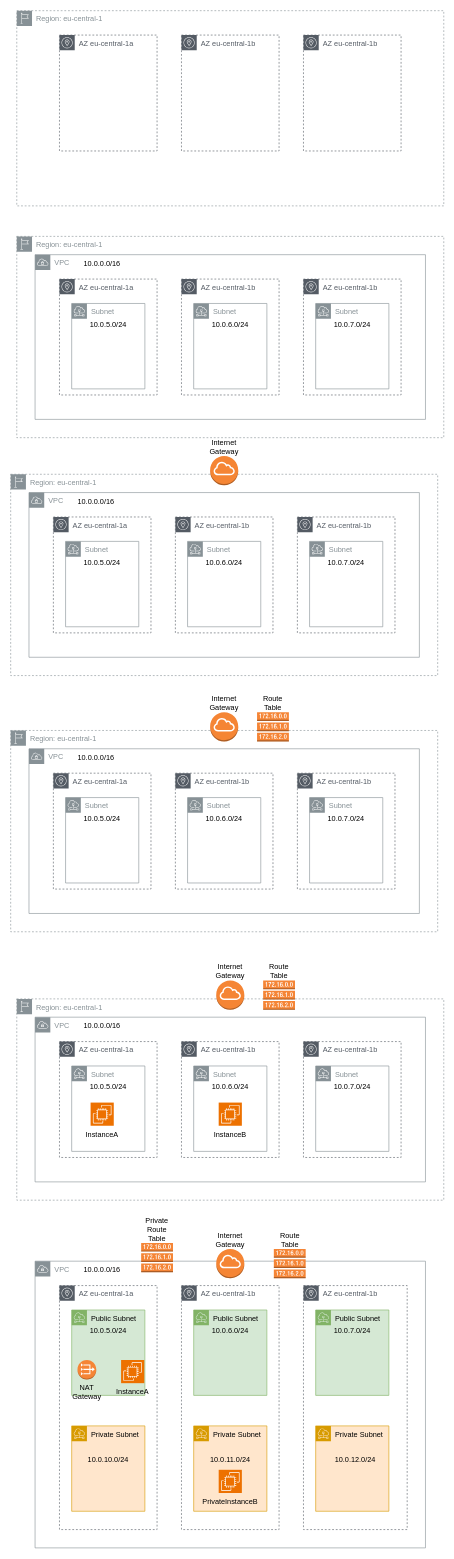
Above: modules/01/07_cloud/11_vpc/assets/vpc.drawio in TechstarterGmbH/24-03-ON (draw.io), before the change. Source tidied: cells renumbered, new cells numbered last; positions are measured from the earlier drawing's top-left corner, leaving out a move shared by most shapes. Both pictures are drawn from the tidied source at 61%, with x=0, y=0 at pixel (10, 10).
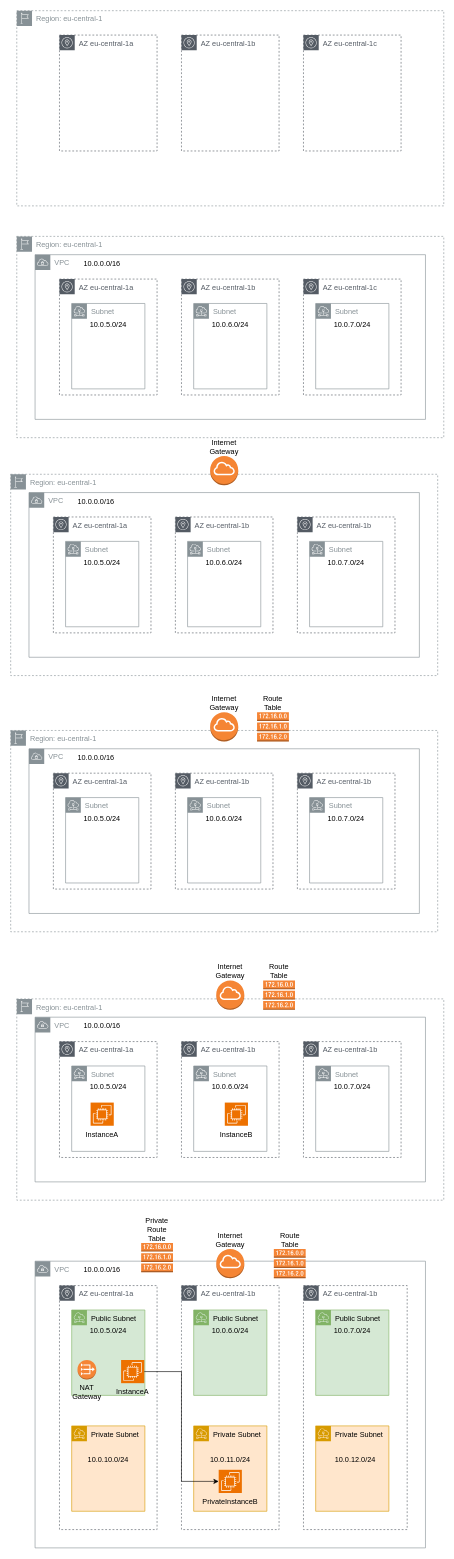
The same page after the edit.

Commit message:
chore(modules/01/07_cloud/11_vpc): update drawing

The change refers to these unchanged cells:
```xml
<mxCell id="36" style="group;" parent="1" vertex="1">
  <mxGeometry x="10" y="370" width="700" height="330" as="geometry" />
</mxCell>
<mxCell id="68" style="group;" parent="1" vertex="1">
  <mxGeometry x="10" y="1560" width="700" height="390" as="geometry" />
</mxCell>
<mxCell id="98" style="sketch=0;points=[[0,0,0],[0.25,0,0],[0.5,0,0],[0.75,0,0],[1,0,0],[0,1,0],[0.25,1,0],[0.5,1,0],[0.75,1,0],[1,1,0],[0,0.25,0],[0,0.5,0],[0,0.75,0],[1,0.25,0],[1,0.5,0],[1,0.75,0]];outlineConnect=0;fontColor=#232F3E;fillColor=#ED7100;strokeColor=#ffffff;dashed=0;verticalLabelPosition=bottom;verticalAlign=top;align=center;html=1;fontSize=12;fontStyle=0;shape=mxgraph.aws4.resourceIcon;resIcon=mxgraph.aws4.ec2;" parent="97" vertex="1">
  <mxGeometry x="11" width="38" height="38" as="geometry" />
</mxCell>
<mxCell id="101" style="sketch=0;points=[[0,0,0],[0.25,0,0],[0.5,0,0],[0.75,0,0],[1,0,0],[0,1,0],[0.25,1,0],[0.5,1,0],[0.75,1,0],[1,1,0],[0,0.25,0],[0,0.5,0],[0,0.75,0],[1,0.25,0],[1,0.5,0],[1,0.75,0]];outlineConnect=0;fontColor=#232F3E;fillColor=#ED7100;strokeColor=#ffffff;dashed=0;verticalLabelPosition=bottom;verticalAlign=top;align=center;html=1;fontSize=12;fontStyle=0;shape=mxgraph.aws4.resourceIcon;resIcon=mxgraph.aws4.ec2;" parent="100" vertex="1">
  <mxGeometry x="11" width="38" height="38" as="geometry" />
</mxCell>
```

What changed in the source:
```diff
@@
-    <mxCell id="20" value="AZ eu-central-1b" style="sketch=0;gradientColor=none;html=1;whiteSpace=wrap;fontSize=12;fontStyle=0;shape=mxgraph.aws4.group;grIcon=mxgraph.aws4.group_availability_zone;strokeColor=#545B64;fillColor=none;verticalAlign=top;align=left;spacingLeft=30;fontColor=#545B64;dashed=1;" parent="1" vertex="1">
+    <mxCell id="20" value="AZ eu-central-1c" style="sketch=0;gradientColor=none;html=1;whiteSpace=wrap;fontSize=12;fontStyle=0;shape=mxgraph.aws4.group;grIcon=mxgraph.aws4.group_availability_zone;strokeColor=#545B64;fillColor=none;verticalAlign=top;align=left;spacingLeft=30;fontColor=#545B64;dashed=1;" parent="1" vertex="1">
       <mxGeometry x="480" y="40" width="160" height="190" as="geometry" />
     </mxCell>
@@
-    <mxCell id="48" value="AZ eu-central-1b" style="sketch=0;gradientColor=none;html=1;whiteSpace=wrap;fontSize=12;fontStyle=0;shape=mxgraph.aws4.group;grIcon=mxgraph.aws4.group_availability_zone;strokeColor=#545B64;fillColor=none;verticalAlign=top;align=left;spacingLeft=30;fontColor=#545B64;dashed=1;" parent="36" vertex="1">
+    <mxCell id="48" value="AZ eu-central-1c" style="sketch=0;gradientColor=none;html=1;whiteSpace=wrap;fontSize=12;fontStyle=0;shape=mxgraph.aws4.group;grIcon=mxgraph.aws4.group_availability_zone;strokeColor=#545B64;fillColor=none;verticalAlign=top;align=left;spacingLeft=30;fontColor=#545B64;dashed=1;" parent="36" vertex="1">
       <mxGeometry x="470" y="70" width="160" height="190" as="geometry" />
     </mxCell>
@@
     <mxCell id="86" style="group;" parent="68" vertex="1">
-      <mxGeometry x="320" y="230" width="60" height="68" as="geometry" />
+      <mxGeometry x="330" y="230" width="60" height="68" as="geometry" />
     </mxCell>
@@
+    <mxCell id="111" style="edgeStyle=orthogonalEdgeStyle;rounded=0;jettySize=auto;html=1;entryX=0;entryY=0.5;entryDx=0;entryDy=0;entryPerimeter=0;" parent="1" edge="1" source="98" target="101">
+      <mxGeometry relative="1" as="geometry" />
+    </mxCell>
```
